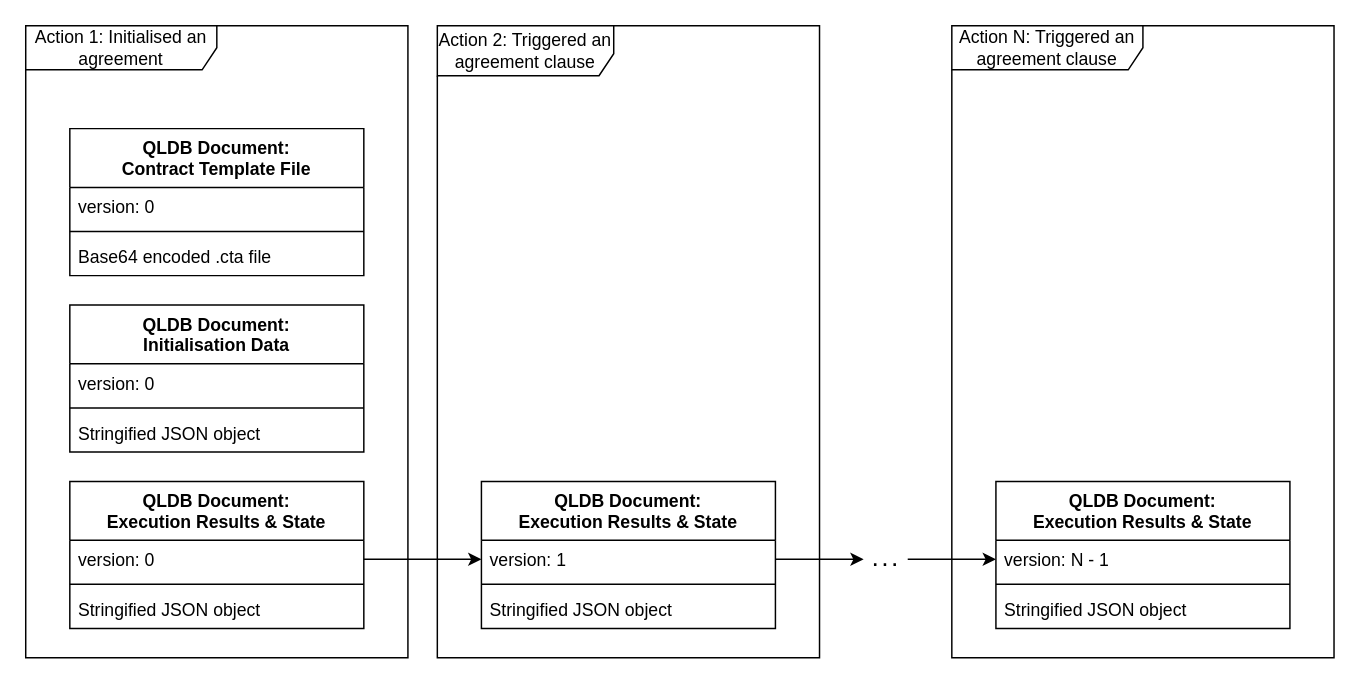
The draw.io diagram page "Blog: Agreement data model" (7 of 7) of docs/Architecture.drawio in accordproject/aws-qldb-lambda, before the edit. Source tidied: cells renumbered, new cells numbered last; positions are measured from the earlier drawing's top-left corner, leaving out a move shared by most shapes. Both pictures are drawn from the tidied source at 147%, with x=0, y=0 at pixel (25, 25).
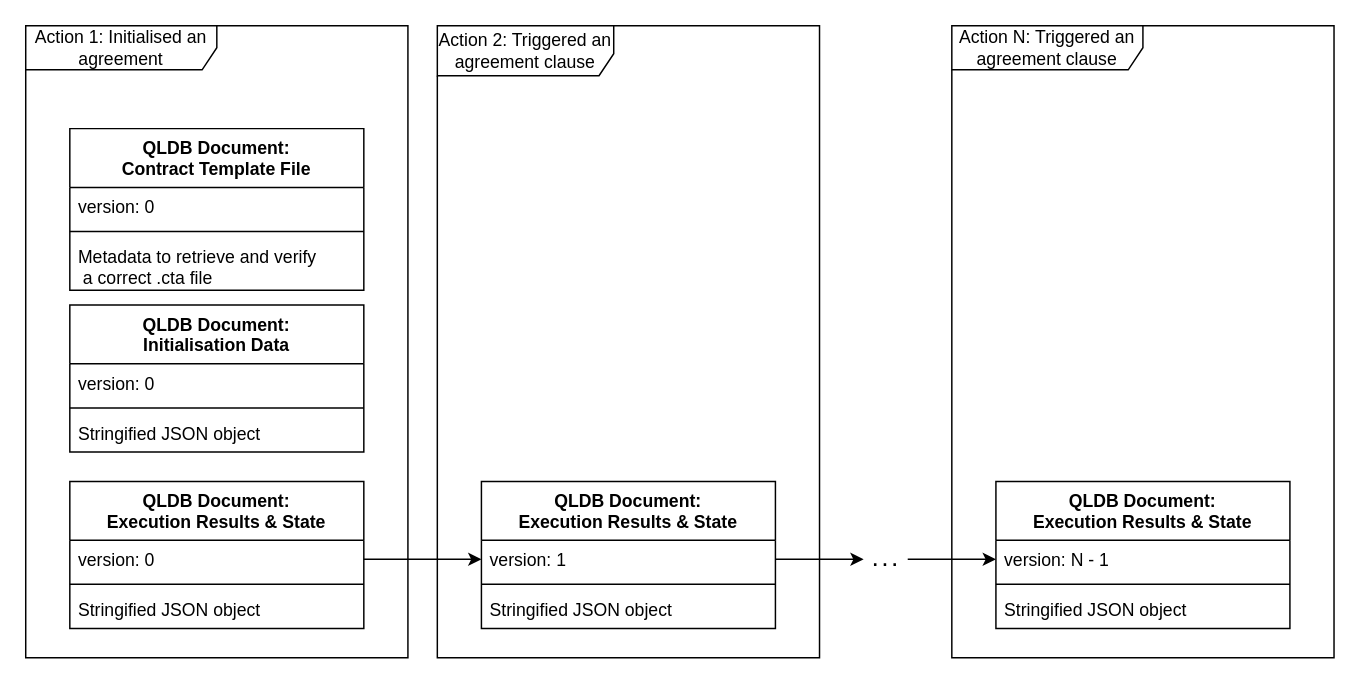
The same diagram, later.

Commit message (it also covers changes not shown here):
Changed details of the data model documentation

Change to the diagram source:
```diff
@@
     <mxCell id="3" value="QLDB Document:&#10;Contract Template File" style="swimlane;fontStyle=1;align=center;verticalAlign=top;horizontal=1;startSize=40;strokeColor=#000000;" parent="1" vertex="1">
-      <mxGeometry x="30" y="70" width="200" height="100" as="geometry" />
+      <mxGeometry x="30" y="70" width="200" height="110" as="geometry" />
     </mxCell>
@@
-    <mxCell id="6" value="Base64 encoded .cta file" style="text;strokeColor=none;fillColor=none;align=left;verticalAlign=top;spacingLeft=4;spacingRight=4;overflow=hidden;" parent="3" vertex="1">
-      <mxGeometry y="74" width="200" height="26" as="geometry" />
+    <mxCell id="6" value="Metadata to retrieve and verify&#10; a correct .cta file" style="text;strokeColor=none;fillColor=none;align=left;verticalAlign=top;spacingLeft=4;spacingRight=4;overflow=hidden;" parent="3" vertex="1">
+      <mxGeometry y="74" width="200" height="36" as="geometry" />
     </mxCell>
```
